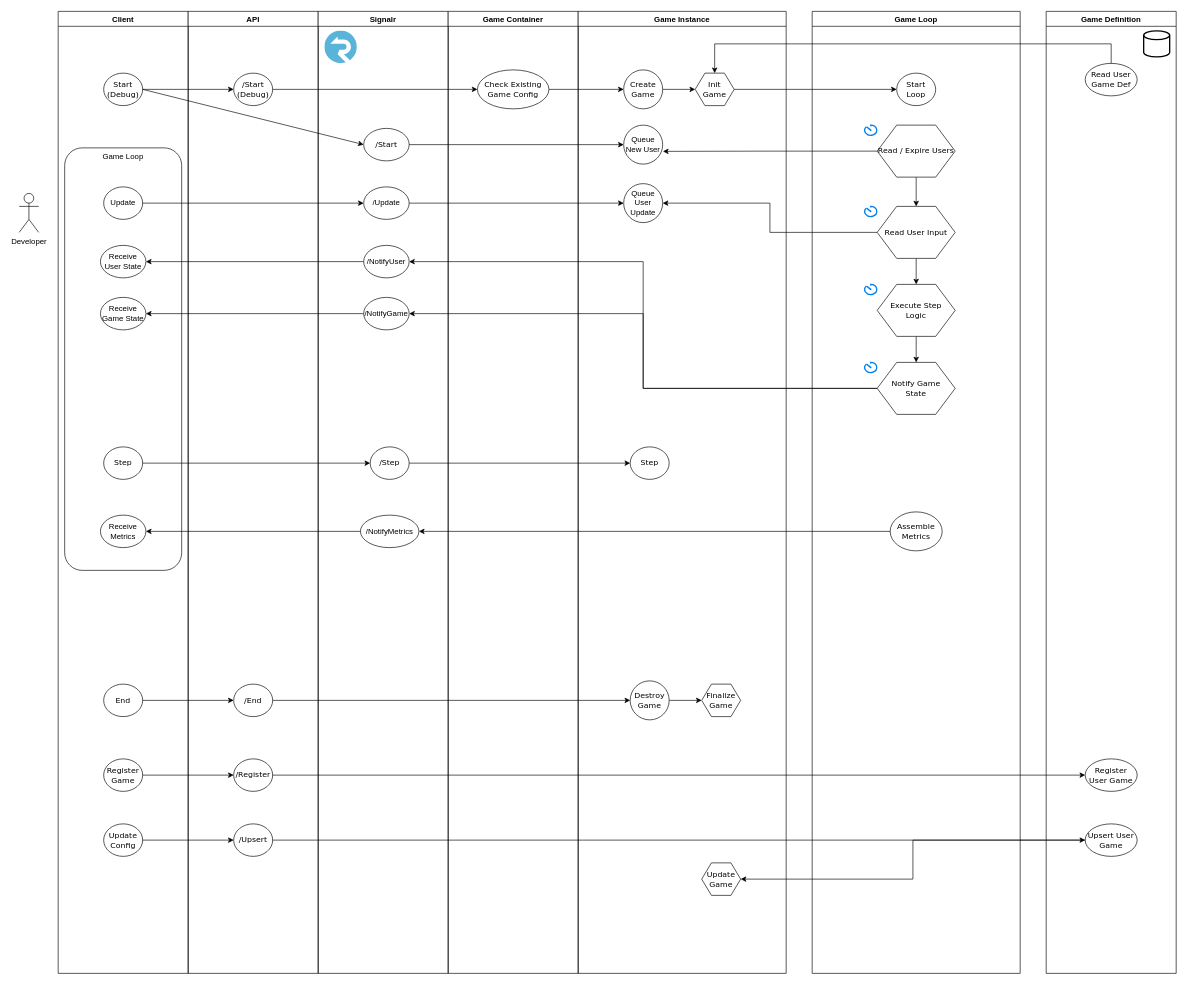
This is Loops Runner Flow.drawio from urbanantics/loops-runner, a draw.io file, before an edit. Source tidied: cells renumbered, new cells numbered last; positions are measured from the earlier drawing's top-left corner, leaving out a move shared by most shapes. Both pictures are drawn from the tidied source at 65%, with x=0, y=0 at pixel (19, 11).
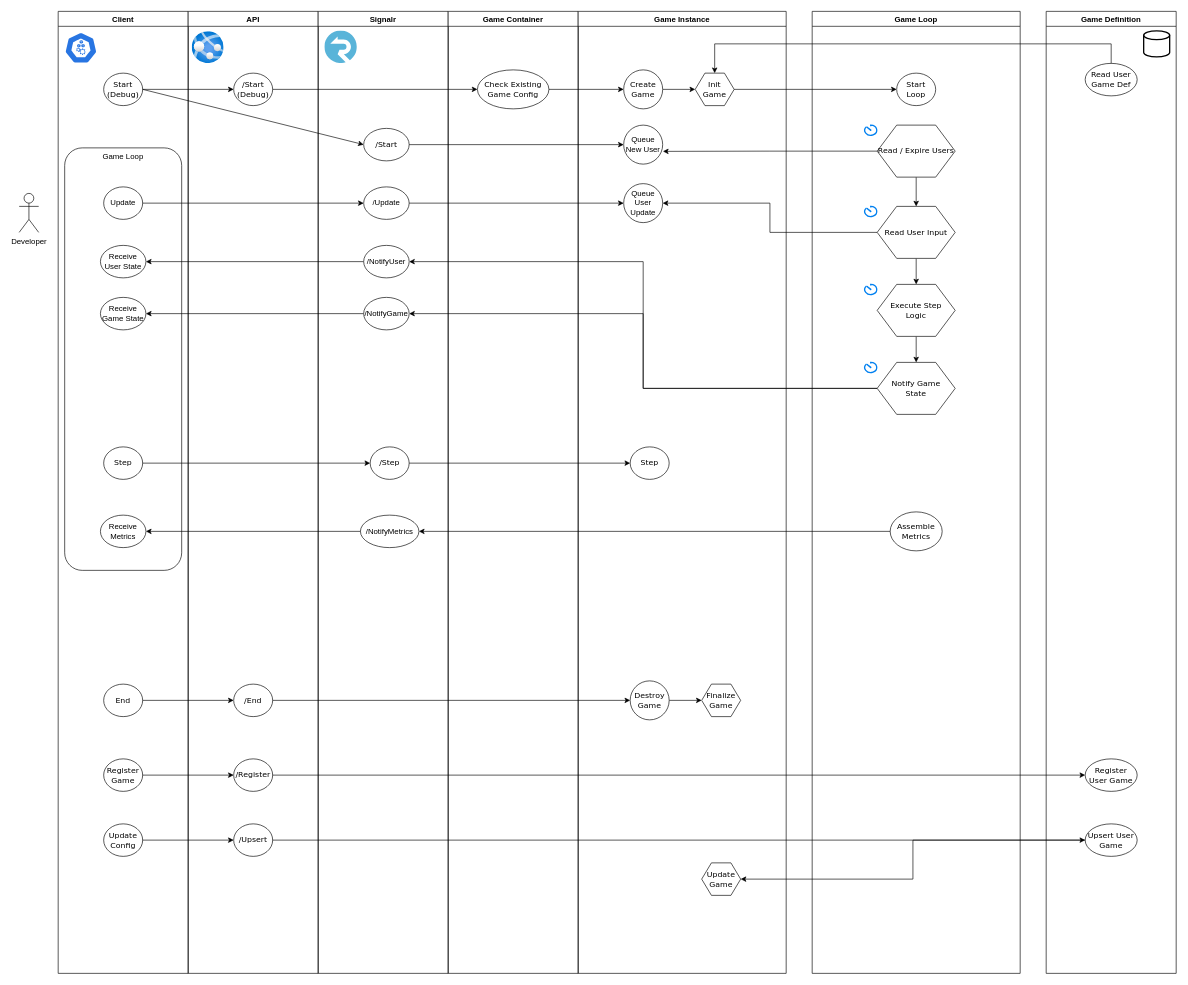
The same page after the edit.

Unchanged cells that the change refers to:
```xml
<mxCell id="2" value="Client" style="swimlane;" parent="1" vertex="1">
  <mxGeometry x="60" width="200" height="1480" as="geometry" />
</mxCell>
<mxCell id="30" value="API" style="swimlane;" parent="1" vertex="1">
  <mxGeometry x="260" width="200" height="1480" as="geometry" />
</mxCell>
```

Diff of the diagram source:
```diff
@@
+    <mxCell id="85" style="html=1;dashed=0;whitespace=wrap;fillColor=#2875E2;strokeColor=#ffffff;shape=mxgraph.kubernetes.icon;prIcon=node;" parent="2" vertex="1">
+      <mxGeometry x="10" y="32" width="50" height="48" as="geometry" />
+    </mxCell>
@@
+    <mxCell id="86" style="html=1;align=center;image;fontSize=12;image=img/lib/azure2/app_services/App_Services.svg;" parent="30" vertex="1">
+      <mxGeometry x="6" y="31" width="49" height="49" as="geometry" />
+    </mxCell>
```
